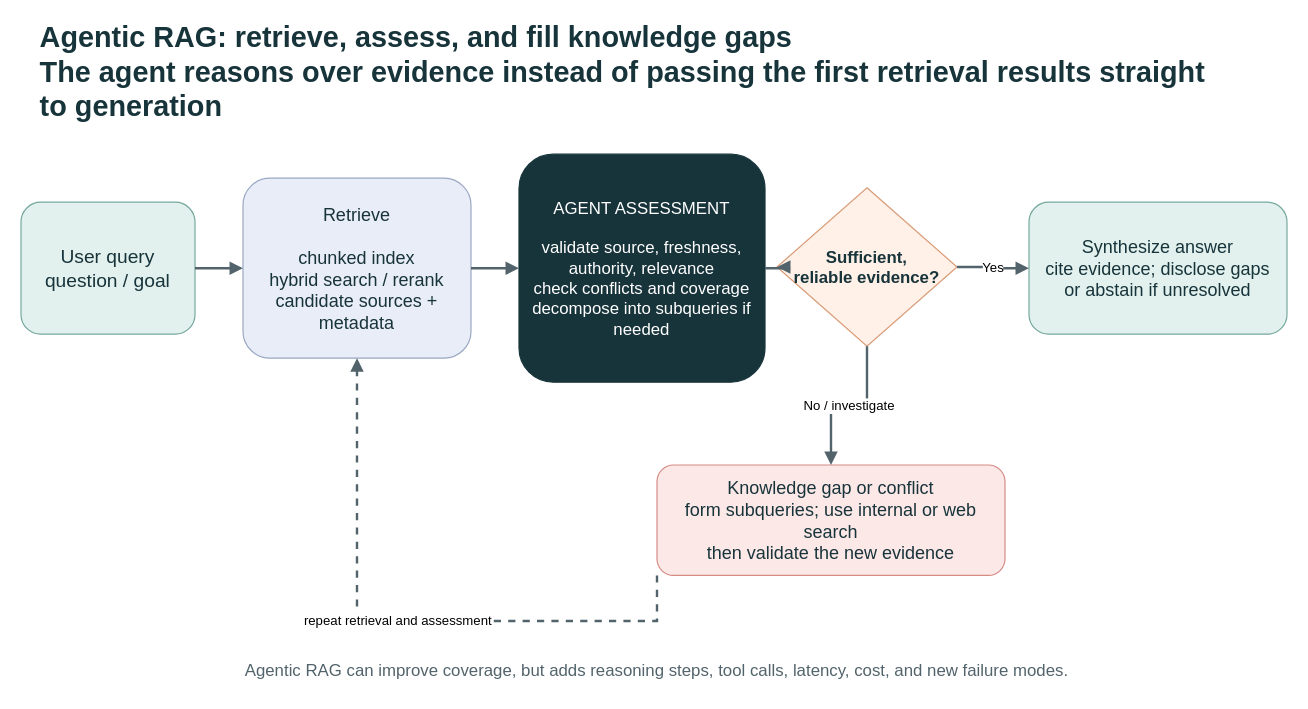
This is docs/images/agentic-rag-visual-summary.drawio from evoiz/Agentic-Design-Patterns, a draw.io file, before an edit. Source tidied: cells renumbered, new cells numbered last; positions are measured from the earlier drawing's top-left corner, leaving out a move shared by most shapes. Both pictures are drawn from the tidied source at 120%, with x=0, y=0 at pixel (20, 29).
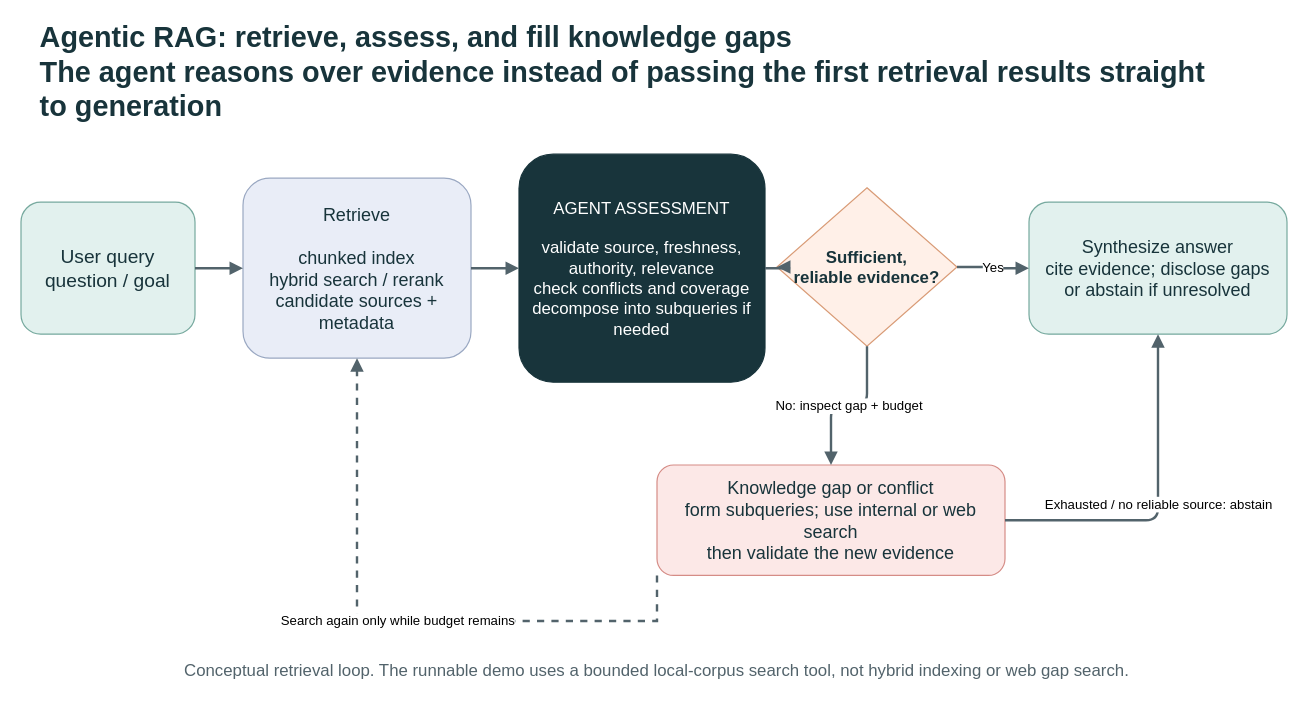
Above is the later version.

Diff of the diagram source:
```diff
@@
 <mxGraphModel>
   <root>
     <mxCell id="0" />
     <mxCell id="1" parent="0" />
     <mxCell id="2" value="Agentic RAG: retrieve, assess, and fill knowledge gaps&#10;The agent reasons over evidence instead of passing the first retrieval results straight to generation" style="text;html=1;align=left;verticalAlign=middle;whiteSpace=wrap;rounded=0;fontSize=24;fontStyle=1;fontColor=#18343B;" parent="1" vertex="1">
       <mxGeometry x="14" width="1000" height="72" as="geometry" />
     </mxCell>
     <mxCell id="3" value="User query&#10;question / goal" style="rounded=1;whiteSpace=wrap;html=1;fillColor=#E2F1EE;strokeColor=#76A99E;fontColor=#18343B;fontSize=16;" parent="1" vertex="1">
       <mxGeometry y="144" width="145" height="110" as="geometry" />
     </mxCell>
     <mxCell id="4" value="Retrieve&#10;&#10;chunked index&#10;hybrid search / rerank&#10;candidate sources + metadata" style="rounded=1;whiteSpace=wrap;html=1;fillColor=#E9EDF7;strokeColor=#9AA8C2;fontColor=#18343B;fontSize=15;" parent="1" vertex="1">
       <mxGeometry x="185" y="124" width="190" height="150" as="geometry" />
     </mxCell>
     <mxCell id="5" value="AGENT ASSESSMENT&#10;&#10;validate source, freshness, authority, relevance&#10;check conflicts and coverage&#10;decompose into subqueries if needed" style="rounded=1;whiteSpace=wrap;html=1;fillColor=#18343B;strokeColor=#18343B;fontColor=#FFFFFF;fontSize=14;" parent="1" vertex="1">
       <mxGeometry x="415" y="104" width="205" height="190" as="geometry" />
     </mxCell>
     <mxCell id="6" value="Sufficient,&#10;reliable evidence?" style="rhombus;whiteSpace=wrap;html=1;fillColor=#FFF0E8;strokeColor=#D99B76;fontColor=#18343B;fontStyle=1;fontSize=14;" parent="1" vertex="1">
       <mxGeometry x="630" y="132" width="150" height="132" as="geometry" />
     </mxCell>
     <mxCell id="7" value="Synthesize answer&#10;cite evidence; disclose gaps&#10;or abstain if unresolved" style="rounded=1;whiteSpace=wrap;html=1;fillColor=#E2F1EE;strokeColor=#76A99E;fontColor=#18343B;fontSize=15;" parent="1" vertex="1">
       <mxGeometry x="840" y="144" width="215" height="110" as="geometry" />
     </mxCell>
     <mxCell id="8" value="Knowledge gap or conflict&#10;form subqueries; use internal or web search&#10;then validate the new evidence" style="rounded=1;whiteSpace=wrap;html=1;fillColor=#FCE8E7;strokeColor=#D58C86;fontColor=#18343B;fontSize=15;" parent="1" vertex="1">
       <mxGeometry x="530" y="363" width="290" height="92" as="geometry" />
     </mxCell>
     <mxCell id="9" style="edgeStyle=orthogonalEdgeStyle;rounded=0;jettySize=auto;html=1;endArrow=block;endFill=1;strokeColor=#52636B;strokeWidth=2;" parent="1" edge="1" source="3" target="4">
       <mxGeometry relative="1" as="geometry" />
     </mxCell>
     <mxCell id="10" style="edgeStyle=orthogonalEdgeStyle;rounded=0;jettySize=auto;html=1;endArrow=block;endFill=1;strokeColor=#52636B;strokeWidth=2;" parent="1" edge="1" source="4" target="5">
       <mxGeometry relative="1" as="geometry" />
     </mxCell>
     <mxCell id="11" style="edgeStyle=orthogonalEdgeStyle;rounded=0;jettySize=auto;html=1;endArrow=block;endFill=1;strokeColor=#52636B;strokeWidth=2;" parent="1" edge="1" source="5" target="6">
       <mxGeometry relative="1" as="geometry" />
     </mxCell>
     <mxCell id="12" value="Yes" style="edgeStyle=orthogonalEdgeStyle;rounded=0;jettySize=auto;html=1;endArrow=block;endFill=1;strokeColor=#52636B;strokeWidth=2;" parent="1" edge="1" source="6" target="7">
       <mxGeometry relative="1" as="geometry" />
     </mxCell>
-    <mxCell id="13" value="No / investigate" style="edgeStyle=orthogonalEdgeStyle;rounded=0;jettySize=auto;html=1;endArrow=block;endFill=1;strokeColor=#52636B;strokeWidth=2;" parent="1" edge="1" source="6" target="8">
+    <mxCell id="13" value="No: inspect gap + budget" style="edgeStyle=orthogonalEdgeStyle;html=1;endArrow=block;strokeColor=#52636B;strokeWidth=2;labelBackgroundColor=#FFFFFF;" parent="1" edge="1" source="6" target="8">
       <mxGeometry relative="1" as="geometry" />
     </mxCell>
-    <mxCell id="14" value="repeat retrieval and assessment" style="edgeStyle=orthogonalEdgeStyle;rounded=0;jettySize=auto;html=1;endArrow=block;endFill=1;strokeColor=#52636B;strokeWidth=2;dashed=1;" parent="1" edge="1" source="8" target="4">
+    <mxCell id="14" value="Search again only while budget remains" style="edgeStyle=orthogonalEdgeStyle;rounded=0;html=1;endArrow=block;strokeColor=#52636B;strokeWidth=2;dashed=1;labelBackgroundColor=#FFFFFF;" parent="1" edge="1" source="8" target="4">
       <mxGeometry relative="1" as="geometry">
         <Array as="points">
           <mxPoint x="530" y="493" />
           <mxPoint x="280" y="493" />
         </Array>
       </mxGeometry>
     </mxCell>
+    <mxCell id="16" value="Exhausted / no reliable source: abstain" style="edgeStyle=orthogonalEdgeStyle;html=1;endArrow=block;strokeColor=#52636B;strokeWidth=2;labelBackgroundColor=#FFFFFF;" parent="1" edge="1" source="8" target="7">
+      <mxGeometry relative="1" as="geometry" />
+    </mxCell>
-    <mxCell id="15" value="Agentic RAG can improve coverage, but adds reasoning steps, tool calls, latency, cost, and new failure modes." style="text;html=1;align=center;verticalAlign=middle;whiteSpace=wrap;rounded=0;fontSize=14;fontColor=#52636B;" parent="1" vertex="1">
-      <mxGeometry x="150" y="518" width="760" height="32" as="geometry" />
+    <mxCell id="15" value="Conceptual retrieval loop. The runnable demo uses a bounded local-corpus search tool, not hybrid indexing or web gap search." style="text;html=1;align=center;verticalAlign=middle;whiteSpace=wrap;rounded=0;fontSize=14;fontColor=#52636B;" parent="1" vertex="1">
+      <mxGeometry x="70" y="518" width="920" height="32" as="geometry" />
     </mxCell>
   </root>
 </mxGraphModel>
```
